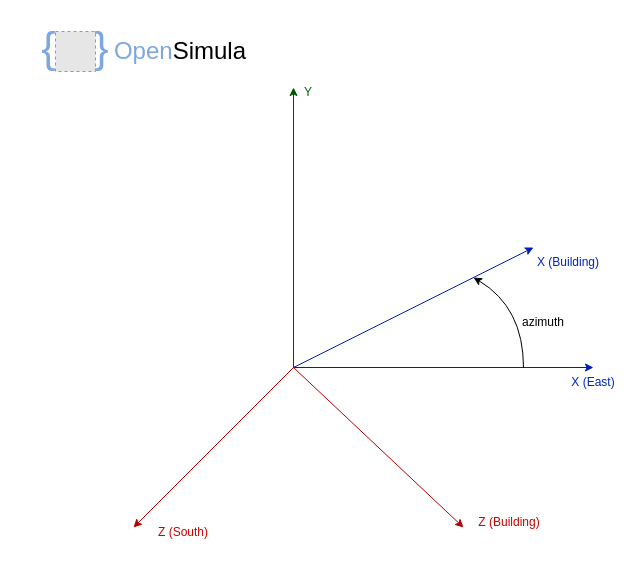
The draw.io diagram page "Página-1" (1 of 4) of docs/logos/Coordinate system.drawio in jfCoronel/OpenSimula, before the edit. Source tidied: cells renumbered, new cells numbered last; positions are measured from the earlier drawing's top-left corner, leaving out a move shared by most shapes. Both pictures are drawn from the tidied source at 100%, with x=0, y=0 at pixel (17, 17). Pictures stored in the file or linked from it are replaced by grey dashed boxes.
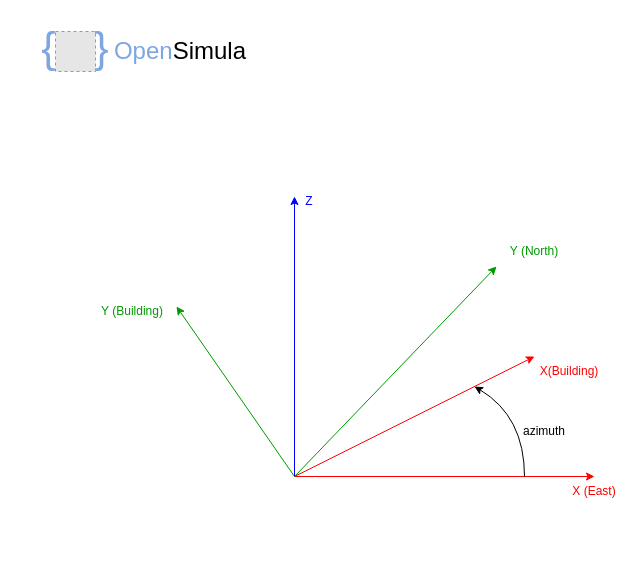
After the change.

The edit, as a diff of the source:
```diff
@@
-    <mxCell id="6" style="endArrow=classic;html=1;rounded=0;fillColor=#0050ef;strokeColor=#001DBC;" parent="1" edge="1">
+    <mxCell id="6" style="endArrow=classic;html=1;rounded=0;fillColor=#0050ef;strokeColor=#FF0000;" parent="1" edge="1">
       <mxGeometry relative="1" as="geometry">
-        <mxPoint x="276" y="350" as="sourcePoint" />
-        <mxPoint x="576" y="350" as="targetPoint" />
+        <mxPoint x="277" y="459" as="sourcePoint" />
+        <mxPoint x="577" y="459" as="targetPoint" />
       </mxGeometry>
     </mxCell>
-    <mxCell id="7" style="endArrow=classic;html=1;rounded=0;fillColor=#e51400;strokeColor=#B20000;" parent="1" edge="1">
+    <mxCell id="7" style="endArrow=classic;html=1;rounded=0;fillColor=#e51400;strokeColor=#009900;" parent="1" edge="1">
       <mxGeometry relative="1" as="geometry">
-        <mxPoint x="276" y="350" as="sourcePoint" />
-        <mxPoint x="116" y="510" as="targetPoint" />
+        <mxPoint x="277" y="459" as="sourcePoint" />
+        <mxPoint x="479" y="249" as="targetPoint" />
       </mxGeometry>
     </mxCell>
-    <mxCell id="8" style="endArrow=classic;html=1;rounded=0;fillColor=#008a00;strokeColor=#005700;" parent="1" edge="1">
+    <mxCell id="8" style="endArrow=classic;html=1;rounded=0;fillColor=#008a00;strokeColor=#0000FF;" parent="1" edge="1">
       <mxGeometry relative="1" as="geometry">
-        <mxPoint x="276" y="350" as="sourcePoint" />
-        <mxPoint x="276" y="70" as="targetPoint" />
+        <mxPoint x="277" y="459" as="sourcePoint" />
+        <mxPoint x="277" y="179" as="targetPoint" />
       </mxGeometry>
     </mxCell>
-    <mxCell id="9" value="X (East)" style="text;strokeColor=none;align=center;fillColor=none;html=1;verticalAlign=middle;whiteSpace=wrap;rounded=0;fontColor=#0026bd;" parent="1" vertex="1">
-      <mxGeometry x="546" y="350" width="60" height="30" as="geometry" />
+    <mxCell id="9" value="X (East)" style="text;strokeColor=none;align=center;fillColor=none;html=1;verticalAlign=middle;whiteSpace=wrap;rounded=0;fontColor=#FF0000;" parent="1" vertex="1">
+      <mxGeometry x="547" y="459" width="60" height="30" as="geometry" />
     </mxCell>
-    <mxCell id="10" value="&lt;font color=&quot;#cc0000&quot;&gt;Z (South)&lt;/font&gt;" style="text;strokeColor=none;align=center;fillColor=none;html=1;verticalAlign=middle;whiteSpace=wrap;rounded=0;fontColor=#0026bd;" parent="1" vertex="1">
-      <mxGeometry x="136" y="500" width="60" height="30" as="geometry" />
+    <mxCell id="10" value="&lt;span style=&quot;background-color: initial;&quot;&gt;Y (North)&lt;/span&gt;" style="text;strokeColor=none;align=center;fillColor=none;html=1;verticalAlign=middle;whiteSpace=wrap;rounded=0;fontColor=#009900;" parent="1" vertex="1">
+      <mxGeometry x="487" y="219" width="60" height="30" as="geometry" />
     </mxCell>
-    <mxCell id="11" value="&lt;font color=&quot;#006600&quot;&gt;Y&lt;/font&gt;" style="text;strokeColor=none;align=center;fillColor=none;html=1;verticalAlign=middle;whiteSpace=wrap;rounded=0;fontColor=#0026bd;" parent="1" vertex="1">
-      <mxGeometry x="276" y="60" width="30" height="30" as="geometry" />
+    <mxCell id="11" value="&lt;font&gt;Z&lt;/font&gt;" style="text;strokeColor=none;align=center;fillColor=none;html=1;verticalAlign=middle;whiteSpace=wrap;rounded=0;fontColor=#0000FF;" parent="1" vertex="1">
+      <mxGeometry x="277" y="169" width="30" height="30" as="geometry" />
     </mxCell>
-    <mxCell id="12" style="endArrow=classic;html=1;rounded=0;fillColor=#0050ef;strokeColor=#001DBC;" parent="1" edge="1">
+    <mxCell id="12" style="endArrow=classic;html=1;rounded=0;fillColor=#0050ef;strokeColor=#FF0000;" parent="1" edge="1">
       <mxGeometry relative="1" as="geometry">
-        <mxPoint x="276" y="350" as="sourcePoint" />
-        <mxPoint x="516" y="230" as="targetPoint" />
+        <mxPoint x="277" y="459" as="sourcePoint" />
+        <mxPoint x="517" y="339" as="targetPoint" />
       </mxGeometry>
     </mxCell>
     <mxCell id="13" style="curved=1;endArrow=classic;html=1;rounded=0;endFill=1;" parent="1" edge="1">
       <mxGeometry relative="1" as="geometry">
-        <mxPoint x="506" y="350" as="sourcePoint" />
-        <mxPoint x="456" y="260" as="targetPoint" />
+        <mxPoint x="507" y="459" as="sourcePoint" />
+        <mxPoint x="457" y="369" as="targetPoint" />
         <Array as="points">
-          <mxPoint x="506" y="290" />
+          <mxPoint x="507" y="399" />
         </Array>
       </mxGeometry>
     </mxCell>
-    <mxCell id="14" style="endArrow=classic;html=1;rounded=0;fillColor=#e51400;strokeColor=#B20000;" parent="1" edge="1">
+    <mxCell id="14" style="endArrow=classic;html=1;rounded=0;fillColor=#e51400;strokeColor=#009900;" parent="1" edge="1">
       <mxGeometry relative="1" as="geometry">
-        <mxPoint x="276" y="350" as="sourcePoint" />
-        <mxPoint x="446" y="510" as="targetPoint" />
+        <mxPoint x="277" y="459" as="sourcePoint" />
+        <mxPoint x="159" y="289" as="targetPoint" />
       </mxGeometry>
     </mxCell>
-    <mxCell id="15" value="X (Building)" style="text;strokeColor=none;align=center;fillColor=none;html=1;verticalAlign=middle;whiteSpace=wrap;rounded=0;fontColor=#0026bd;" parent="1" vertex="1">
-      <mxGeometry x="516" y="230" width="70" height="30" as="geometry" />
+    <mxCell id="15" value="X(Building)" style="text;strokeColor=none;align=center;fillColor=none;html=1;verticalAlign=middle;whiteSpace=wrap;rounded=0;fontColor=#FF0000;" parent="1" vertex="1">
+      <mxGeometry x="517" y="339" width="70" height="30" as="geometry" />
     </mxCell>
-    <mxCell id="16" value="&lt;font color=&quot;#cc0000&quot;&gt;Z (Building)&lt;/font&gt;" style="text;strokeColor=none;align=center;fillColor=none;html=1;verticalAlign=middle;whiteSpace=wrap;rounded=0;fontColor=#0026bd;" parent="1" vertex="1">
-      <mxGeometry x="456" y="490" width="72" height="30" as="geometry" />
+    <mxCell id="16" value="&lt;font&gt;Y (Building)&lt;/font&gt;" style="text;strokeColor=none;align=center;fillColor=none;html=1;verticalAlign=middle;whiteSpace=wrap;rounded=0;fontColor=#009900;" parent="1" vertex="1">
+      <mxGeometry x="79" y="279" width="72" height="30" as="geometry" />
     </mxCell>
     <mxCell id="17" value="azimuth" style="text;strokeColor=none;align=center;fillColor=none;html=1;verticalAlign=middle;whiteSpace=wrap;rounded=0;" parent="1" vertex="1">
-      <mxGeometry x="496" y="290" width="60" height="30" as="geometry" />
+      <mxGeometry x="497" y="399" width="60" height="30" as="geometry" />
     </mxCell>
```
